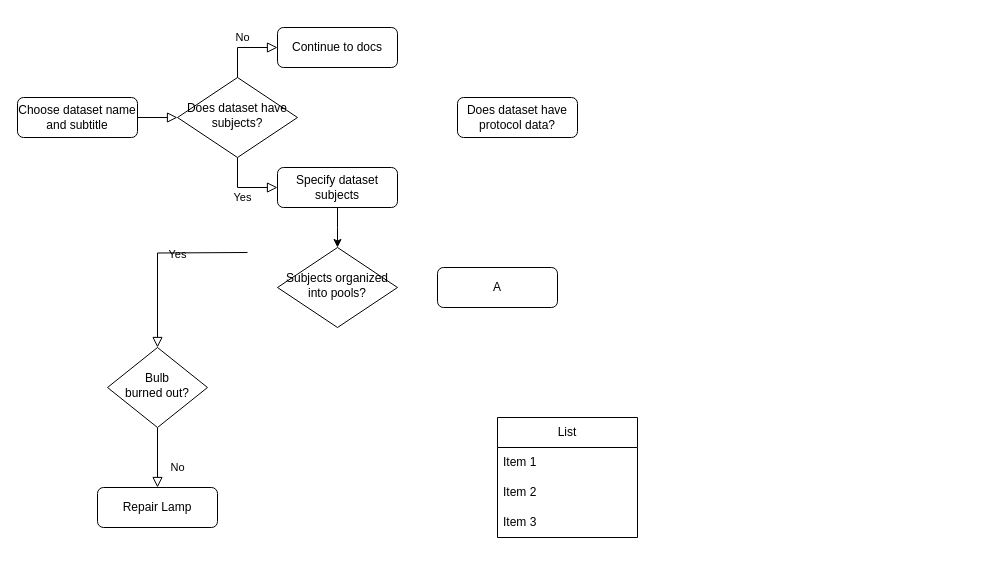
Earlier version of the draw.io diagram Untitled Diagram.drawio (JacobiClark/Guided-Mode-Flow-Chart). Source tidied: cells renumbered, new cells numbered last; positions are measured from the earlier drawing's top-left corner, leaving out a move shared by most shapes. Both pictures are drawn from the tidied source at 100%, with x=0, y=0 at pixel (17, 27).
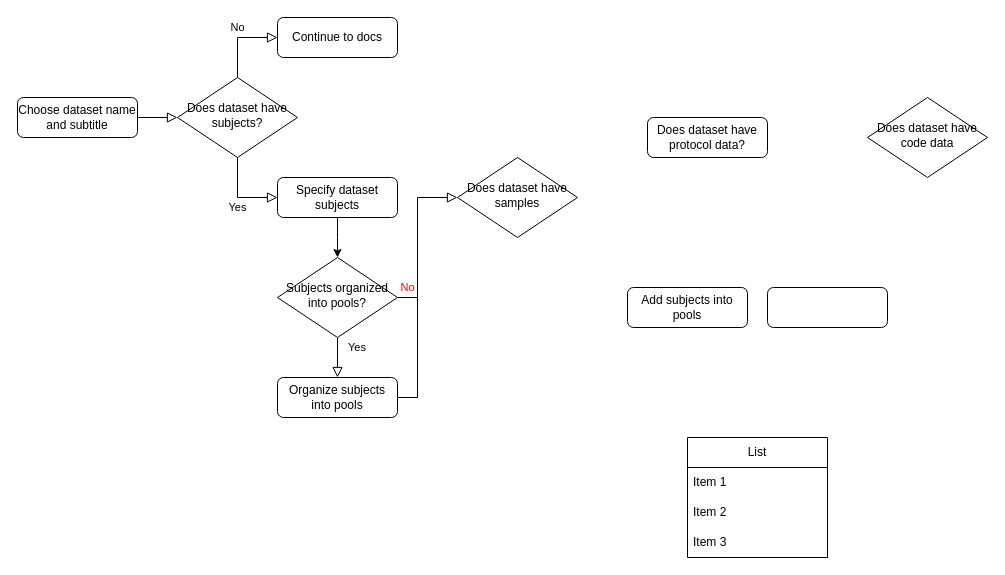
After the change.

Unchanged cells that the change refers to:
```xml
<mxCell id="6" value="Does dataset have subjects?" style="rhombus;whiteSpace=wrap;html=1;shadow=0;fontFamily=Helvetica;fontSize=12;align=center;strokeWidth=1;spacing=6;spacingTop=-4;" parent="1" vertex="1">
  <mxGeometry x="160" y="50" width="120" height="80" as="geometry" />
</mxCell>
```

Change to the diagram source:
```diff
@@
-    <mxCell id="4" value="Yes" style="rounded=0;html=1;jettySize=auto;fontSize=11;endArrow=block;endFill=0;endSize=8;strokeWidth=1;shadow=0;labelBackgroundColor=none;edgeStyle=orthogonalEdgeStyle;" parent="1" edge="1" target="10">
-      <mxGeometry y="20" relative="1" as="geometry">
-        <mxPoint x="230" y="225" as="sourcePoint" />
-      </mxGeometry>
-    </mxCell>
     <mxCell id="5" value="No" style="edgeStyle=orthogonalEdgeStyle;rounded=0;html=1;jettySize=auto;fontSize=11;endArrow=block;endFill=0;endSize=8;strokeWidth=1;shadow=0;labelBackgroundColor=none;" parent="1" edge="1" source="6" target="7">
       <mxGeometry y="10" relative="1" as="geometry">
         <Array as="points">
-          <mxPoint x="220" y="20" />
+          <mxPoint x="220" y="10" />
         </Array>
       </mxGeometry>
     </mxCell>
@@
     <mxCell id="7" value="Continue to docs" style="rounded=1;whiteSpace=wrap;html=1;fontSize=12;glass=0;strokeWidth=1;shadow=0;" parent="1" vertex="1">
-      <mxGeometry x="260" width="120" height="40" as="geometry" />
+      <mxGeometry x="260" y="-10" width="120" height="40" as="geometry" />
     </mxCell>
-    <mxCell id="8" value="No" style="rounded=0;html=1;jettySize=auto;fontSize=11;endArrow=block;endFill=0;endSize=8;strokeWidth=1;shadow=0;labelBackgroundColor=none;edgeStyle=orthogonalEdgeStyle;" parent="1" edge="1" source="10" target="11">
-      <mxGeometry x="0.33" y="20" relative="1" as="geometry" />
-    </mxCell>
     <mxCell id="9" value="Yes" style="edgeStyle=orthogonalEdgeStyle;rounded=0;html=1;jettySize=auto;fontSize=11;endArrow=block;endFill=0;endSize=8;strokeWidth=1;shadow=0;labelBackgroundColor=none;exitX=0.5;exitY=1;exitDx=0;exitDy=0;" parent="1" edge="1" source="6" target="12">
       <mxGeometry y="-10" relative="1" as="geometry">
         <Array as="points">
-          <mxPoint x="220" y="160" />
+          <mxPoint x="220" y="170" />
         </Array>
       </mxGeometry>
     </mxCell>
-    <mxCell id="10" value="Bulb&lt;br&gt;burned out?" style="rhombus;whiteSpace=wrap;html=1;shadow=0;fontFamily=Helvetica;fontSize=12;align=center;strokeWidth=1;spacing=6;spacingTop=-4;" parent="1" vertex="1">
-      <mxGeometry x="90" y="320" width="100" height="80" as="geometry" />
-    </mxCell>
-    <mxCell id="11" value="Repair Lamp" style="rounded=1;whiteSpace=wrap;html=1;fontSize=12;glass=0;strokeWidth=1;shadow=0;" parent="1" vertex="1">
-      <mxGeometry x="80" y="460" width="120" height="40" as="geometry" />
+    <mxCell id="11" value="Organize subjects into pools" style="rounded=1;whiteSpace=wrap;html=1;fontSize=12;glass=0;strokeWidth=1;shadow=0;" parent="1" vertex="1">
+      <mxGeometry x="260" y="350" width="120" height="40" as="geometry" />
     </mxCell>
     <mxCell id="12" value="Specify dataset subjects" style="rounded=1;whiteSpace=wrap;html=1;fontSize=12;glass=0;strokeWidth=1;shadow=0;" parent="1" vertex="1">
-      <mxGeometry x="260" y="140" width="120" height="40" as="geometry" />
+      <mxGeometry x="260" y="150" width="120" height="40" as="geometry" />
     </mxCell>
     <mxCell id="13" value="Subjects organized into pools?" style="rhombus;whiteSpace=wrap;html=1;shadow=0;fontFamily=Helvetica;fontSize=12;align=center;strokeWidth=1;spacing=6;spacingTop=-4;" parent="1" vertex="1">
-      <mxGeometry x="260" y="220" width="120" height="80" as="geometry" />
+      <mxGeometry x="260" y="230" width="120" height="80" as="geometry" />
     </mxCell>
@@
-    <mxCell id="15" value="A" style="rounded=1;whiteSpace=wrap;html=1;fontSize=12;glass=0;strokeWidth=1;shadow=0;" parent="1" vertex="1">
-      <mxGeometry x="420" y="240" width="120" height="40" as="geometry" />
+    <mxCell id="15" value="Add subjects into pools" style="rounded=1;whiteSpace=wrap;html=1;fontSize=12;glass=0;strokeWidth=1;shadow=0;" parent="1" vertex="1">
+      <mxGeometry x="610" y="260" width="120" height="40" as="geometry" />
     </mxCell>
     <mxCell id="16" value="List" style="swimlane;fontStyle=0;horizontal=1;startSize=30;whiteSpace=wrap;html=1;" parent="1" vertex="1">
-      <mxGeometry x="480" y="390" width="140" height="120" as="geometry" />
+      <mxGeometry x="670" y="410" width="140" height="120" as="geometry" />
     </mxCell>
@@
     <mxCell id="20" value="Does dataset have protocol data?" style="rounded=1;whiteSpace=wrap;html=1;fontSize=12;glass=0;strokeWidth=1;shadow=0;" parent="1" vertex="1">
-      <mxGeometry x="440" y="70" width="120" height="40" as="geometry" />
+      <mxGeometry x="630" y="90" width="120" height="40" as="geometry" />
     </mxCell>
+    <mxCell id="21" style="rounded=1;whiteSpace=wrap;html=1;fontSize=12;glass=0;strokeWidth=1;shadow=0;" parent="1" vertex="1">
+      <mxGeometry x="750" y="260" width="120" height="40" as="geometry" />
+    </mxCell>
+    <mxCell id="22" value="Does dataset have samples" style="rhombus;whiteSpace=wrap;html=1;shadow=0;fontFamily=Helvetica;fontSize=12;align=center;strokeWidth=1;spacing=6;spacingTop=-4;" parent="1" vertex="1">
+      <mxGeometry x="440" y="130" width="120" height="80" as="geometry" />
+    </mxCell>
+    <mxCell id="23" value="Does dataset have code data" style="rhombus;whiteSpace=wrap;html=1;shadow=0;fontFamily=Helvetica;fontSize=12;align=center;strokeWidth=1;spacing=6;spacingTop=-4;" parent="1" vertex="1">
+      <mxGeometry x="850" y="70" width="120" height="80" as="geometry" />
+    </mxCell>
+    <mxCell id="24" style="endArrow=none;html=1;rounded=0;exitX=1;exitY=0.5;exitDx=0;exitDy=0;edgeStyle=orthogonalEdgeStyle;" parent="1" edge="1" source="11">
+      <mxGeometry relative="1" as="geometry">
+        <mxPoint x="400" y="270" as="targetPoint" />
+        <Array as="points">
+          <mxPoint x="400" y="370" />
+          <mxPoint x="400" y="270" />
+        </Array>
+      </mxGeometry>
+    </mxCell>
+    <mxCell id="4" value="Yes" style="rounded=0;html=1;jettySize=auto;fontSize=11;endArrow=block;endFill=0;endSize=8;strokeWidth=1;shadow=0;labelBackgroundColor=none;exitX=0.5;exitY=1;exitDx=0;exitDy=0;entryX=0.5;entryY=0;entryDx=0;entryDy=0;align=right;" parent="1" edge="1" source="13" target="11">
+      <mxGeometry x="-0.49" y="30" relative="1" as="geometry" />
+    </mxCell>
+    <mxCell id="8" value="No" style="edgeStyle=orthogonalEdgeStyle;rounded=0;html=1;jettySize=auto;fontSize=11;endArrow=block;endFill=0;endSize=8;strokeWidth=1;shadow=0;labelBackgroundColor=none;exitX=1;exitY=0.5;exitDx=0;exitDy=0;fontColor=#FF0000;" parent="1" edge="1" source="13">
+      <mxGeometry x="-0.88" y="10" relative="1" as="geometry">
+        <mxPoint x="440" y="170" as="targetPoint" />
+        <Array as="points">
+          <mxPoint x="400" y="270" />
+          <mxPoint x="400" y="170" />
+        </Array>
+      </mxGeometry>
+    </mxCell>
```
